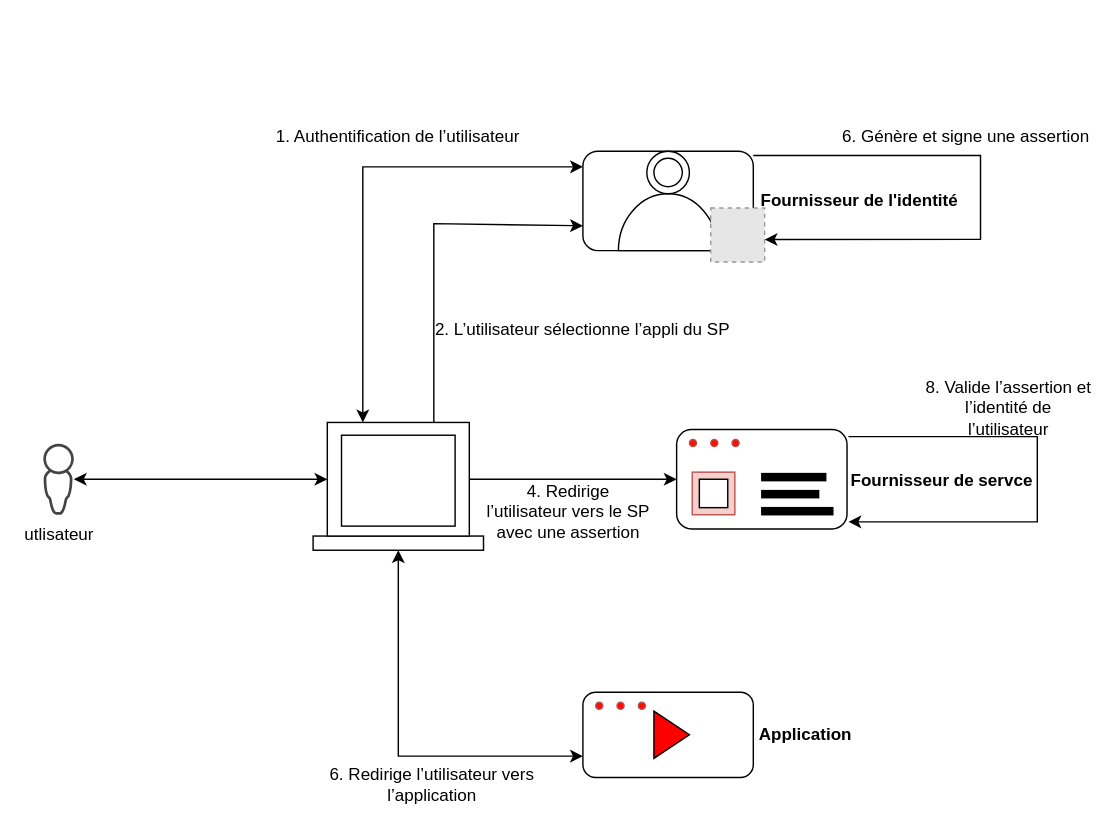
Earlier version of the draw.io diagram SAML 2.0 - Schéma SSO initia par SP.drawio (Gu1Gos/FYC). Source tidied: cells renumbered, new cells numbered last; positions are measured from the earlier drawing's top-left corner, leaving out a move shared by most shapes. Both pictures are drawn from the tidied source at 142%, with x=0, y=0 at pixel (43, 115). Pictures stored in the file or linked from it are replaced by grey dashed boxes.
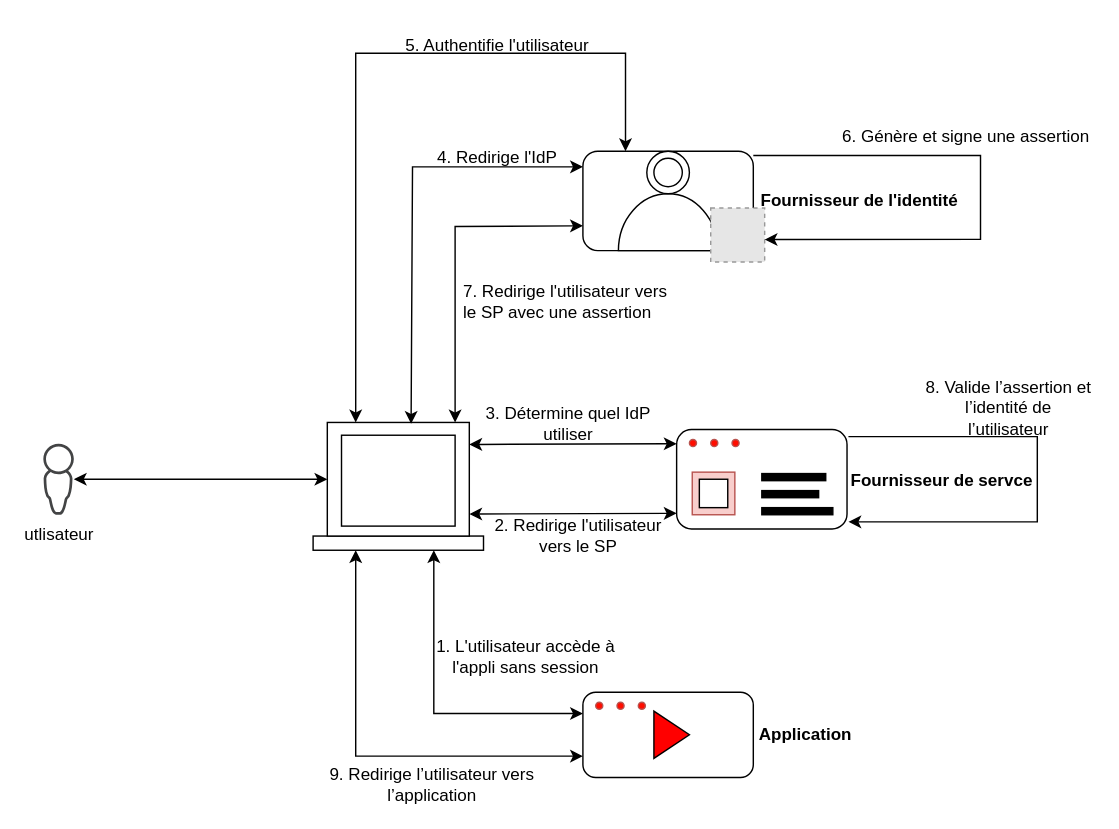
The same diagram, later.

Commit message:
Mettre à jour SAML 2.0 - Schéma SSO initia par SP.drawio

Unchanged cells that the change refers to:
```xml
<mxCell id="2" style="rounded=1;whiteSpace=wrap;html=1;" parent="1" vertex="1">
  <mxGeometry x="446" y="221" width="120" height="70" as="geometry" />
</mxCell>
<mxCell id="4" style="rounded=0;whiteSpace=wrap;html=1;" parent="1" vertex="1">
  <mxGeometry x="190" y="296" width="120" height="10" as="geometry" />
</mxCell>
<mxCell id="5" style="rounded=0;whiteSpace=wrap;html=1;" parent="1" vertex="1">
  <mxGeometry x="200" y="216" width="100" height="80" as="geometry" />
</mxCell>
<mxCell id="6" style="rounded=1;whiteSpace=wrap;html=1;" parent="1" vertex="1">
  <mxGeometry x="380" y="25" width="120" height="70" as="geometry" />
</mxCell>
<mxCell id="7" style="rounded=1;whiteSpace=wrap;html=1;" parent="1" vertex="1">
  <mxGeometry x="380" y="406" width="120" height="60" as="geometry" />
</mxCell>
```

Change to the diagram source:
```diff
@@
-    <mxCell id="25" style="endArrow=classic;startArrow=classic;html=1;rounded=0;entryX=0;entryY=0.157;entryDx=0;entryDy=0;exitX=0.25;exitY=0;exitDx=0;exitDy=0;entryPerimeter=0;" parent="1" edge="1" source="5" target="6">
+    <mxCell id="25" style="endArrow=classic;startArrow=classic;html=1;rounded=0;entryX=0;entryY=0.157;entryDx=0;entryDy=0;entryPerimeter=0;" parent="1" edge="1" target="6">
       <mxGeometry relative="1" as="geometry">
+        <mxPoint x="259" y="217" as="sourcePoint" />
         <Array as="points">
-          <mxPoint x="225" y="36" />
+          <mxPoint x="260" y="36" />
         </Array>
       </mxGeometry>
     </mxCell>
-    <mxCell id="26" style="endArrow=classic;startArrow=classic;html=1;rounded=0;entryX=0;entryY=0.75;entryDx=0;entryDy=0;exitX=0.5;exitY=1;exitDx=0;exitDy=0;" parent="1" edge="1" source="4" target="7">
+    <mxCell id="26" style="endArrow=classic;startArrow=classic;html=1;rounded=0;entryX=0;entryY=0.75;entryDx=0;entryDy=0;exitX=0.25;exitY=1;exitDx=0;exitDy=0;" parent="1" edge="1" source="4" target="7">
       <mxGeometry relative="1" as="geometry">
         <Array as="points">
-          <mxPoint x="250" y="451" />
+          <mxPoint x="220" y="451" />
         </Array>
       </mxGeometry>
     </mxCell>
@@
-    <mxCell id="29" style="endArrow=classic;html=1;rounded=0;exitX=1;exitY=0.5;exitDx=0;exitDy=0;endSize=6;entryX=0;entryY=0.5;entryDx=0;entryDy=0;" parent="1" edge="1" source="5" target="2">
-      <mxGeometry relative="1" as="geometry" />
-    </mxCell>
@@
-    <mxCell id="33" value="2.&amp;nbsp;L’utilisateur sélectionne l’appli du SP" style="text;html=1;strokeColor=none;fillColor=none;align=center;verticalAlign=middle;whiteSpace=wrap;rounded=0;" parent="1" vertex="1">
-      <mxGeometry x="275" y="136" width="210" height="30" as="geometry" />
+    <mxCell id="33" value="4. Redirige l'IdP" style="text;html=1;strokeColor=none;fillColor=none;align=center;verticalAlign=middle;whiteSpace=wrap;rounded=0;" parent="1" vertex="1">
+      <mxGeometry x="215" y="15" width="210" height="30" as="geometry" />
     </mxCell>
-    <mxCell id="34" value="4. Redirige l’utilisateur vers le SP avec une assertion" style="text;html=1;strokeColor=none;fillColor=none;align=center;verticalAlign=middle;whiteSpace=wrap;rounded=0;" parent="1" vertex="1">
-      <mxGeometry x="310" y="264" width="120" height="30" as="geometry" />
+    <mxCell id="34" value="2. Redirige l'utilisateur vers le SP" style="text;html=1;strokeColor=none;fillColor=none;align=center;verticalAlign=middle;whiteSpace=wrap;rounded=0;" parent="1" vertex="1">
+      <mxGeometry x="317" y="281" width="120" height="30" as="geometry" />
     </mxCell>
-    <mxCell id="35" style="endArrow=classic;html=1;rounded=0;exitX=0.75;exitY=0;exitDx=0;exitDy=0;endSize=6;entryX=0;entryY=0.75;entryDx=0;entryDy=0;" parent="1" edge="1" source="5" target="6">
-      <mxGeometry relative="1" as="geometry">
-        <Array as="points">
-          <mxPoint x="275" y="76" />
-        </Array>
-      </mxGeometry>
-    </mxCell>
-    <mxCell id="36" value="1. Authentification de l’utilisateur" style="text;html=1;strokeColor=none;fillColor=none;align=center;verticalAlign=middle;whiteSpace=wrap;rounded=0;" parent="1" vertex="1">
-      <mxGeometry x="160" width="180" height="30" as="geometry" />
+    <mxCell id="36" value="5. Authentifie l'utilisateur" style="text;html=1;strokeColor=none;fillColor=none;align=center;verticalAlign=middle;whiteSpace=wrap;rounded=0;" parent="1" vertex="1">
+      <mxGeometry x="230" y="-64" width="180" height="30" as="geometry" />
     </mxCell>
@@
-    <mxCell id="40" value="&lt;div&gt;6. Redirige l’utilisateur vers l’application&lt;/div&gt;" style="text;html=1;strokeColor=none;fillColor=none;align=center;verticalAlign=middle;whiteSpace=wrap;rounded=0;" parent="1" vertex="1">
+    <mxCell id="40" value="&lt;div&gt;9. Redirige l’utilisateur vers l’application&lt;/div&gt;" style="text;html=1;strokeColor=none;fillColor=none;align=center;verticalAlign=middle;whiteSpace=wrap;rounded=0;" parent="1" vertex="1">
       <mxGeometry x="194" y="456" width="160" height="30" as="geometry" />
     </mxCell>
@@
+    <mxCell id="42" style="endArrow=classic;startArrow=classic;html=1;rounded=0;entryX=0;entryY=0.25;entryDx=0;entryDy=0;exitX=0.25;exitY=1;exitDx=0;exitDy=0;" parent="1" edge="1" target="7">
+      <mxGeometry relative="1" as="geometry">
+        <mxPoint x="275" y="306" as="sourcePoint" />
+        <Array as="points">
+          <mxPoint x="275" y="421" />
+        </Array>
+      </mxGeometry>
+    </mxCell>
+    <mxCell id="43" value="&lt;div&gt;1. L'utilisateur accède à l'appli sans session&lt;/div&gt;" style="text;html=1;strokeColor=none;fillColor=none;align=center;verticalAlign=middle;whiteSpace=wrap;rounded=0;" parent="1" vertex="1">
+      <mxGeometry x="260" y="366" width="160" height="30" as="geometry" />
+    </mxCell>
+    <mxCell id="44" style="endArrow=classic;startArrow=classic;html=1;rounded=0;entryX=0;entryY=0.25;entryDx=0;entryDy=0;" parent="1" edge="1">
+      <mxGeometry relative="1" as="geometry">
+        <mxPoint x="300" y="231.5" as="sourcePoint" />
+        <mxPoint x="446" y="231" as="targetPoint" />
+      </mxGeometry>
+    </mxCell>
+    <mxCell id="45" style="endArrow=classic;startArrow=classic;html=1;rounded=0;entryX=0;entryY=0.25;entryDx=0;entryDy=0;" parent="1" edge="1">
+      <mxGeometry relative="1" as="geometry">
+        <mxPoint x="300" y="280.5" as="sourcePoint" />
+        <mxPoint x="446" y="280" as="targetPoint" />
+      </mxGeometry>
+    </mxCell>
+    <mxCell id="46" value="3. Détermine quel IdP utiliser" style="text;html=1;strokeColor=none;fillColor=none;align=center;verticalAlign=middle;whiteSpace=wrap;rounded=0;" parent="1" vertex="1">
+      <mxGeometry x="310" y="202" width="120" height="30" as="geometry" />
+    </mxCell>
+    <mxCell id="47" style="endArrow=classic;startArrow=classic;html=1;rounded=0;entryX=0;entryY=0.75;entryDx=0;entryDy=0;exitX=0.25;exitY=0;exitDx=0;exitDy=0;" parent="1" edge="1" target="6">
+      <mxGeometry relative="1" as="geometry">
+        <mxPoint x="290" y="216" as="sourcePoint" />
+        <Array as="points">
+          <mxPoint x="290" y="78" />
+        </Array>
+      </mxGeometry>
+    </mxCell>
+    <mxCell id="48" style="endArrow=classic;startArrow=classic;html=1;rounded=0;entryX=0.25;entryY=0;entryDx=0;entryDy=0;" parent="1" edge="1" target="6">
+      <mxGeometry relative="1" as="geometry">
+        <mxPoint x="220" y="216" as="sourcePoint" />
+        <Array as="points">
+          <mxPoint x="220" y="-44" />
+          <mxPoint x="410" y="-44" />
+        </Array>
+      </mxGeometry>
+    </mxCell>
+    <mxCell id="49" value="7. Redirige l'utilisateur vers le SP avec une assertion" style="text;html=1;strokeColor=none;fillColor=none;align=left;verticalAlign=middle;whiteSpace=wrap;rounded=0;" parent="1" vertex="1">
+      <mxGeometry x="294" y="116" width="146" height="30" as="geometry" />
+    </mxCell>
```
